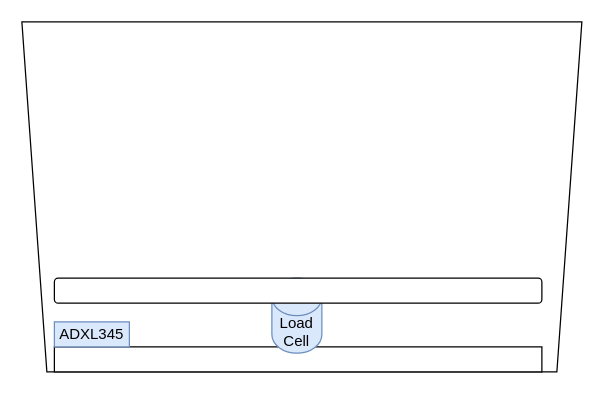
The draw.io diagram sensor_placement_diagram.drawio in goblingift/DrawIO, before the edit. Source tidied: cells renumbered, new cells numbered last; positions are measured from the earlier drawing's top-left corner, leaving out a move shared by most shapes. Both pictures are drawn from the tidied source at 125%, with x=0, y=0 at pixel (21, 21).
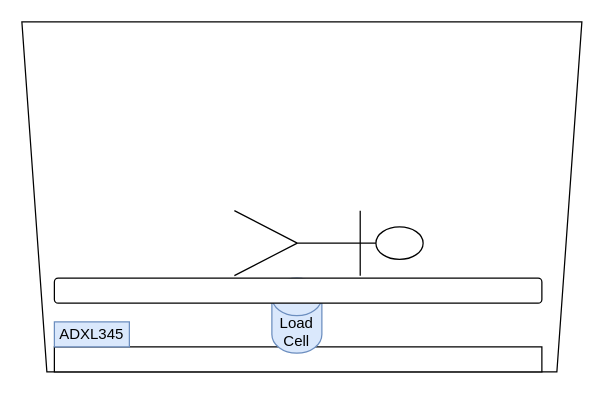
The same diagram, later.

The edit, as a diff of the source:
```diff
@@
 <mxGraphModel>
   <root>
     <mxCell id="0" />
     <mxCell id="1" parent="0" />
     <mxCell id="2" style="shape=trapezoid;perimeter=trapezoidPerimeter;whiteSpace=wrap;html=1;fixedSize=1;rotation=-180;" parent="1" vertex="1">
       <mxGeometry width="448" height="280" as="geometry" />
     </mxCell>
     <mxCell id="3" style="rounded=0;whiteSpace=wrap;html=1;" parent="1" vertex="1">
       <mxGeometry x="26" y="260" width="390" height="20" as="geometry" />
     </mxCell>
     <mxCell id="4" value="Load&lt;div&gt;Cell&lt;/div&gt;" style="shape=cylinder3;whiteSpace=wrap;html=1;boundedLbl=1;backgroundOutline=1;size=15;fillColor=#dae8fc;strokeColor=#6c8ebf;" parent="1" vertex="1">
       <mxGeometry x="200" y="205" width="40" height="60" as="geometry" />
     </mxCell>
     <mxCell id="5" style="rounded=1;whiteSpace=wrap;html=1;" parent="1" vertex="1">
       <mxGeometry x="26" y="205" width="390" height="20" as="geometry" />
     </mxCell>
     <mxCell id="6" value="ADXL345" style="rounded=0;whiteSpace=wrap;html=1;fillColor=#dae8fc;strokeColor=#6c8ebf;" parent="1" vertex="1">
       <mxGeometry x="26" y="240" width="60" height="20" as="geometry" />
     </mxCell>
+    <mxCell id="7" style="shape=umlActor;verticalLabelPosition=bottom;verticalAlign=top;html=1;rotation=90;" parent="1" vertex="1">
+      <mxGeometry x="219.5" y="101.5" width="52" height="151" as="geometry" />
+    </mxCell>
   </root>
 </mxGraphModel>
```
